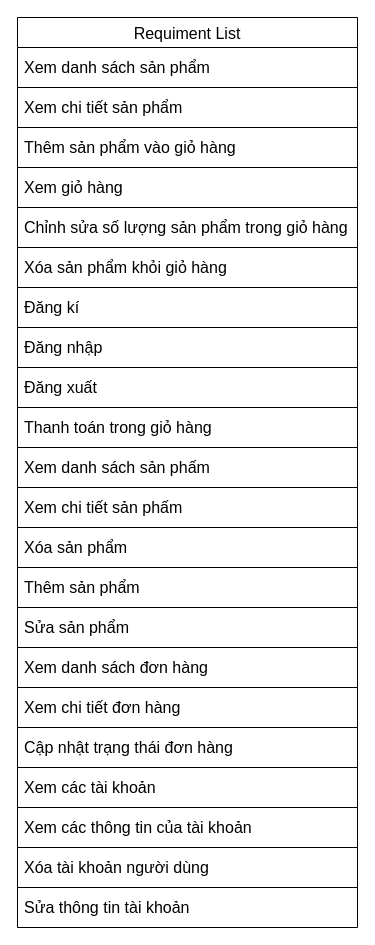
Earlier version of the draw.io diagram page "RequimentList" (1 of 8) of debai_sodo/Diagram-TKVXDPM.drawio (ThinhPham03/bookstore). Source tidied: cells renumbered, new cells numbered last; positions are measured from the earlier drawing's top-left corner, leaving out a move shared by most shapes. Both pictures are drawn from the tidied source at 100%, with x=0, y=0 at pixel (17, 17).
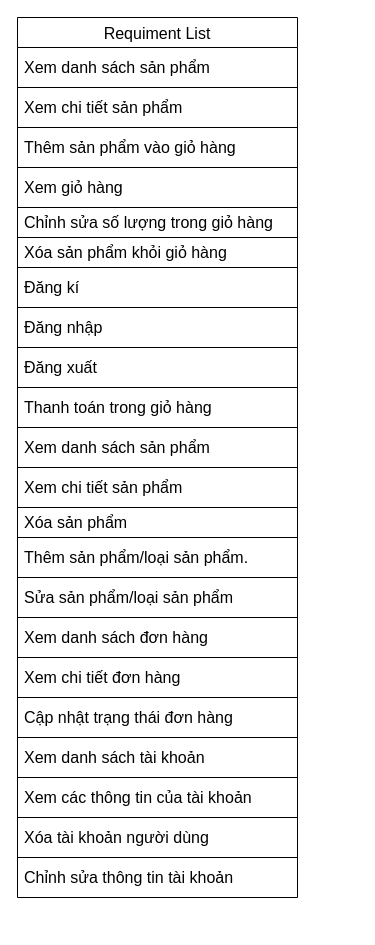
After the change.

Diff of the diagram source:
```diff
@@
     <mxCell id="2" value="Requiment List" style="shape=table;startSize=30;childLayout=tableLayout;strokeColor=default;fontSize=16;" parent="1" vertex="1">
-      <mxGeometry width="340" height="910" as="geometry" />
+      <mxGeometry width="280" height="880" as="geometry" />
     </mxCell>
     <mxCell id="3" style="shape=tableRow;horizontal=0;startSize=0;swimlaneHead=0;swimlaneBody=0;strokeColor=inherit;top=0;left=0;bottom=0;right=0;fillColor=none;fontSize=16;" parent="2" vertex="1">
-      <mxGeometry y="30" width="340" height="40" as="geometry" />
+      <mxGeometry y="30" width="280" height="40" as="geometry" />
     </mxCell>
     <mxCell id="4" value="Xem danh sách sản phẩm" style="shape=partialRectangle;html=1;whiteSpace=wrap;strokeColor=inherit;overflow=hidden;fillColor=none;top=0;left=0;bottom=0;right=0;fontSize=16;align=left;spacingLeft=5;" parent="3" vertex="1">
-      <mxGeometry width="340" height="40" as="geometry" />
+      <mxGeometry width="280" height="40" as="geometry" />
     </mxCell>
     <mxCell id="5" style="shape=tableRow;horizontal=0;startSize=0;swimlaneHead=0;swimlaneBody=0;strokeColor=inherit;top=0;left=0;bottom=0;right=0;fillColor=none;fontSize=16;" parent="2" vertex="1">
-      <mxGeometry y="70" width="340" height="40" as="geometry" />
+      <mxGeometry y="70" width="280" height="40" as="geometry" />
     </mxCell>
     <mxCell id="6" value="Xem chi tiết sản phẩm" style="shape=partialRectangle;html=1;whiteSpace=wrap;strokeColor=inherit;overflow=hidden;fillColor=none;top=0;left=0;bottom=0;right=0;fontSize=16;align=left;spacingLeft=5;" parent="5" vertex="1">
-      <mxGeometry width="340" height="40" as="geometry" />
+      <mxGeometry width="280" height="40" as="geometry" />
     </mxCell>
     <mxCell id="7" style="shape=tableRow;horizontal=0;startSize=0;swimlaneHead=0;swimlaneBody=0;strokeColor=inherit;top=0;left=0;bottom=0;right=0;fillColor=none;fontSize=16;" parent="2" vertex="1">
-      <mxGeometry y="110" width="340" height="40" as="geometry" />
+      <mxGeometry y="110" width="280" height="40" as="geometry" />
     </mxCell>
     <mxCell id="8" value="Thêm sản phẩm vào giỏ hàng" style="shape=partialRectangle;html=1;whiteSpace=wrap;strokeColor=inherit;overflow=hidden;fillColor=none;top=0;left=0;bottom=0;right=0;fontSize=16;align=left;spacingLeft=5;" parent="7" vertex="1">
-      <mxGeometry width="340" height="40" as="geometry" />
+      <mxGeometry width="280" height="40" as="geometry" />
     </mxCell>
     <mxCell id="9" style="shape=tableRow;horizontal=0;startSize=0;swimlaneHead=0;swimlaneBody=0;strokeColor=inherit;top=0;left=0;bottom=0;right=0;fillColor=none;fontSize=16;" parent="2" vertex="1">
-      <mxGeometry y="150" width="340" height="40" as="geometry" />
+      <mxGeometry y="150" width="280" height="40" as="geometry" />
     </mxCell>
     <mxCell id="10" value="Xem giỏ hàng" style="shape=partialRectangle;html=1;whiteSpace=wrap;strokeColor=inherit;overflow=hidden;fillColor=none;top=0;left=0;bottom=0;right=0;fontSize=16;align=left;spacingLeft=5;" parent="9" vertex="1">
-      <mxGeometry width="340" height="40" as="geometry" />
+      <mxGeometry width="280" height="40" as="geometry" />
     </mxCell>
     <mxCell id="11" style="shape=tableRow;horizontal=0;startSize=0;swimlaneHead=0;swimlaneBody=0;strokeColor=inherit;top=0;left=0;bottom=0;right=0;fillColor=none;fontSize=16;" parent="2" vertex="1">
-      <mxGeometry y="190" width="340" height="40" as="geometry" />
+      <mxGeometry y="190" width="280" height="30" as="geometry" />
     </mxCell>
-    <mxCell id="12" value="Chỉnh sửa số lượng sản phẩm trong giỏ hàng" style="shape=partialRectangle;html=1;whiteSpace=wrap;strokeColor=inherit;overflow=hidden;fillColor=none;top=0;left=0;bottom=0;right=0;fontSize=16;align=left;spacingLeft=5;" parent="11" vertex="1">
-      <mxGeometry width="340" height="40" as="geometry" />
+    <mxCell id="12" value="Chỉnh sửa số lượng trong giỏ hàng" style="shape=partialRectangle;html=1;whiteSpace=wrap;strokeColor=inherit;overflow=hidden;fillColor=none;top=0;left=0;bottom=0;right=0;fontSize=16;align=left;spacingLeft=5;" parent="11" vertex="1">
+      <mxGeometry width="280" height="30" as="geometry" />
     </mxCell>
-    <mxCell id="13" style="shape=tableRow;horizontal=0;startSize=0;swimlaneHead=0;swimlaneBody=0;strokeColor=inherit;top=0;left=0;bottom=0;right=0;fillColor=none;fontSize=16;" parent="2" vertex="1">
-      <mxGeometry y="230" width="340" height="40" as="geometry" />
-    </mxCell>
+    <mxCell id="47" style="shape=tableRow;horizontal=0;startSize=0;swimlaneHead=0;swimlaneBody=0;strokeColor=inherit;top=0;left=0;bottom=0;right=0;fillColor=none;fontSize=16;" parent="2" vertex="1">
+      <mxGeometry y="220" width="280" height="30" as="geometry" />
+    </mxCell>
-    <mxCell id="14" value="Xóa sản phẩm khỏi giỏ hàng" style="shape=partialRectangle;html=1;whiteSpace=wrap;strokeColor=inherit;overflow=hidden;fillColor=none;top=0;left=0;bottom=0;right=0;fontSize=16;align=left;spacingLeft=5;" parent="13" vertex="1">
-      <mxGeometry width="340" height="40" as="geometry" />
+    <mxCell id="14" value="Xóa sản phẩm khỏi giỏ hàng" style="shape=partialRectangle;html=1;whiteSpace=wrap;strokeColor=inherit;overflow=hidden;fillColor=none;top=0;left=0;bottom=0;right=0;fontSize=16;align=left;spacingLeft=5;" parent="47" vertex="1">
+      <mxGeometry width="280" height="30" as="geometry" />
     </mxCell>
     <mxCell id="15" style="shape=tableRow;horizontal=0;startSize=0;swimlaneHead=0;swimlaneBody=0;strokeColor=inherit;top=0;left=0;bottom=0;right=0;fillColor=none;fontSize=16;" parent="2" vertex="1">
-      <mxGeometry y="270" width="340" height="40" as="geometry" />
+      <mxGeometry y="250" width="280" height="40" as="geometry" />
     </mxCell>
     <mxCell id="16" value="Đăng kí" style="shape=partialRectangle;html=1;whiteSpace=wrap;strokeColor=inherit;overflow=hidden;fillColor=none;top=0;left=0;bottom=0;right=0;fontSize=16;align=left;spacingLeft=5;" parent="15" vertex="1">
-      <mxGeometry width="340" height="40" as="geometry" />
+      <mxGeometry width="280" height="40" as="geometry" />
     </mxCell>
     <mxCell id="17" style="shape=tableRow;horizontal=0;startSize=0;swimlaneHead=0;swimlaneBody=0;strokeColor=inherit;top=0;left=0;bottom=0;right=0;fillColor=none;fontSize=16;" parent="2" vertex="1">
-      <mxGeometry y="310" width="340" height="40" as="geometry" />
+      <mxGeometry y="290" width="280" height="40" as="geometry" />
     </mxCell>
     <mxCell id="18" value="Đăng nhập" style="shape=partialRectangle;html=1;whiteSpace=wrap;strokeColor=inherit;overflow=hidden;fillColor=none;top=0;left=0;bottom=0;right=0;fontSize=16;align=left;spacingLeft=5;" parent="17" vertex="1">
-      <mxGeometry width="340" height="40" as="geometry" />
+      <mxGeometry width="280" height="40" as="geometry" />
     </mxCell>
     <mxCell id="19" style="shape=tableRow;horizontal=0;startSize=0;swimlaneHead=0;swimlaneBody=0;strokeColor=inherit;top=0;left=0;bottom=0;right=0;fillColor=none;fontSize=16;" parent="2" vertex="1">
-      <mxGeometry y="350" width="340" height="40" as="geometry" />
+      <mxGeometry y="330" width="280" height="40" as="geometry" />
     </mxCell>
     <mxCell id="20" value="Đăng xuất" style="shape=partialRectangle;html=1;whiteSpace=wrap;strokeColor=inherit;overflow=hidden;fillColor=none;top=0;left=0;bottom=0;right=0;fontSize=16;align=left;spacingLeft=5;" parent="19" vertex="1">
-      <mxGeometry width="340" height="40" as="geometry" />
+      <mxGeometry width="280" height="40" as="geometry" />
     </mxCell>
     <mxCell id="21" style="shape=tableRow;horizontal=0;startSize=0;swimlaneHead=0;swimlaneBody=0;strokeColor=inherit;top=0;left=0;bottom=0;right=0;fillColor=none;fontSize=16;" parent="2" vertex="1">
-      <mxGeometry y="390" width="340" height="40" as="geometry" />
+      <mxGeometry y="370" width="280" height="40" as="geometry" />
     </mxCell>
     <mxCell id="22" value="Thanh toán trong giỏ hàng" style="shape=partialRectangle;html=1;whiteSpace=wrap;strokeColor=inherit;overflow=hidden;fillColor=none;top=0;left=0;bottom=0;right=0;fontSize=16;align=left;spacingLeft=5;" parent="21" vertex="1">
-      <mxGeometry width="340" height="40" as="geometry" />
+      <mxGeometry width="280" height="40" as="geometry" />
     </mxCell>
     <mxCell id="23" style="shape=tableRow;horizontal=0;startSize=0;swimlaneHead=0;swimlaneBody=0;strokeColor=inherit;top=0;left=0;bottom=0;right=0;fillColor=none;fontSize=16;" parent="2" vertex="1">
-      <mxGeometry y="430" width="340" height="40" as="geometry" />
+      <mxGeometry y="410" width="280" height="40" as="geometry" />
     </mxCell>
-    <mxCell id="24" value="Xem danh sách sản phấm" style="shape=partialRectangle;html=1;whiteSpace=wrap;strokeColor=inherit;overflow=hidden;fillColor=none;top=0;left=0;bottom=0;right=0;fontSize=16;align=left;spacingLeft=5;" parent="23" vertex="1">
-      <mxGeometry width="340" height="40" as="geometry" />
+    <mxCell id="24" value="Xem danh sách sản phẩm" style="shape=partialRectangle;html=1;whiteSpace=wrap;strokeColor=inherit;overflow=hidden;fillColor=none;top=0;left=0;bottom=0;right=0;fontSize=16;align=left;spacingLeft=5;" parent="23" vertex="1">
+      <mxGeometry width="280" height="40" as="geometry" />
     </mxCell>
     <mxCell id="25" style="shape=tableRow;horizontal=0;startSize=0;swimlaneHead=0;swimlaneBody=0;strokeColor=inherit;top=0;left=0;bottom=0;right=0;fillColor=none;fontSize=16;" parent="2" vertex="1">
-      <mxGeometry y="470" width="340" height="40" as="geometry" />
+      <mxGeometry y="450" width="280" height="40" as="geometry" />
     </mxCell>
-    <mxCell id="26" value="Xem chi tiết sản phấm" style="shape=partialRectangle;html=1;whiteSpace=wrap;strokeColor=inherit;overflow=hidden;fillColor=none;top=0;left=0;bottom=0;right=0;fontSize=16;align=left;spacingLeft=5;" parent="25" vertex="1">
-      <mxGeometry width="340" height="40" as="geometry" />
+    <mxCell id="26" value="Xem chi tiết sản phẩm" style="shape=partialRectangle;html=1;whiteSpace=wrap;strokeColor=inherit;overflow=hidden;fillColor=none;top=0;left=0;bottom=0;right=0;fontSize=16;align=left;spacingLeft=5;" parent="25" vertex="1">
+      <mxGeometry width="280" height="40" as="geometry" />
     </mxCell>
     <mxCell id="27" style="shape=tableRow;horizontal=0;startSize=0;swimlaneHead=0;swimlaneBody=0;strokeColor=inherit;top=0;left=0;bottom=0;right=0;fillColor=none;fontSize=16;" parent="2" vertex="1">
-      <mxGeometry y="510" width="340" height="40" as="geometry" />
+      <mxGeometry y="490" width="280" height="30" as="geometry" />
     </mxCell>
     <mxCell id="28" value="Xóa sản phẩm" style="shape=partialRectangle;html=1;whiteSpace=wrap;strokeColor=inherit;overflow=hidden;fillColor=none;top=0;left=0;bottom=0;right=0;fontSize=16;align=left;spacingLeft=5;" parent="27" vertex="1">
-      <mxGeometry width="340" height="40" as="geometry" />
+      <mxGeometry width="280" height="30" as="geometry" />
     </mxCell>
     <mxCell id="29" style="shape=tableRow;horizontal=0;startSize=0;swimlaneHead=0;swimlaneBody=0;strokeColor=inherit;top=0;left=0;bottom=0;right=0;fillColor=none;fontSize=16;" parent="2" vertex="1">
-      <mxGeometry y="550" width="340" height="40" as="geometry" />
+      <mxGeometry y="520" width="280" height="40" as="geometry" />
     </mxCell>
-    <mxCell id="30" value="Thêm sản phẩm" style="shape=partialRectangle;html=1;whiteSpace=wrap;strokeColor=inherit;overflow=hidden;fillColor=none;top=0;left=0;bottom=0;right=0;fontSize=16;align=left;spacingLeft=5;" parent="29" vertex="1">
-      <mxGeometry width="340" height="40" as="geometry" />
+    <mxCell id="30" value="Thêm sản phẩm/loại sản phẩm." style="shape=partialRectangle;html=1;whiteSpace=wrap;strokeColor=inherit;overflow=hidden;fillColor=none;top=0;left=0;bottom=0;right=0;fontSize=16;align=left;spacingLeft=5;" parent="29" vertex="1">
+      <mxGeometry width="280" height="40" as="geometry" />
     </mxCell>
     <mxCell id="31" style="shape=tableRow;horizontal=0;startSize=0;swimlaneHead=0;swimlaneBody=0;strokeColor=inherit;top=0;left=0;bottom=0;right=0;fillColor=none;fontSize=16;" parent="2" vertex="1">
-      <mxGeometry y="590" width="340" height="40" as="geometry" />
+      <mxGeometry y="560" width="280" height="40" as="geometry" />
     </mxCell>
-    <mxCell id="32" value="Sửa sản phẩm" style="shape=partialRectangle;html=1;whiteSpace=wrap;strokeColor=inherit;overflow=hidden;fillColor=none;top=0;left=0;bottom=0;right=0;fontSize=16;align=left;spacingLeft=5;" parent="31" vertex="1">
-      <mxGeometry width="340" height="40" as="geometry" />
+    <mxCell id="32" value="Sửa sản phẩm/loại sản phẩm" style="shape=partialRectangle;html=1;whiteSpace=wrap;strokeColor=inherit;overflow=hidden;fillColor=none;top=0;left=0;bottom=0;right=0;fontSize=16;align=left;spacingLeft=5;" parent="31" vertex="1">
+      <mxGeometry width="280" height="40" as="geometry" />
     </mxCell>
     <mxCell id="33" style="shape=tableRow;horizontal=0;startSize=0;swimlaneHead=0;swimlaneBody=0;strokeColor=inherit;top=0;left=0;bottom=0;right=0;fillColor=none;fontSize=16;" parent="2" vertex="1">
-      <mxGeometry y="630" width="340" height="40" as="geometry" />
+      <mxGeometry y="600" width="280" height="40" as="geometry" />
     </mxCell>
     <mxCell id="34" value="Xem danh sách đơn hàng" style="shape=partialRectangle;html=1;whiteSpace=wrap;strokeColor=inherit;overflow=hidden;fillColor=none;top=0;left=0;bottom=0;right=0;fontSize=16;align=left;spacingLeft=5;" parent="33" vertex="1">
-      <mxGeometry width="340" height="40" as="geometry" />
+      <mxGeometry width="280" height="40" as="geometry" />
     </mxCell>
     <mxCell id="35" style="shape=tableRow;horizontal=0;startSize=0;swimlaneHead=0;swimlaneBody=0;strokeColor=inherit;top=0;left=0;bottom=0;right=0;fillColor=none;fontSize=16;" parent="2" vertex="1">
-      <mxGeometry y="670" width="340" height="40" as="geometry" />
+      <mxGeometry y="640" width="280" height="40" as="geometry" />
     </mxCell>
     <mxCell id="36" value="Xem chi tiết đơn hàng" style="shape=partialRectangle;html=1;whiteSpace=wrap;strokeColor=inherit;overflow=hidden;fillColor=none;top=0;left=0;bottom=0;right=0;fontSize=16;align=left;spacingLeft=5;" parent="35" vertex="1">
-      <mxGeometry width="340" height="40" as="geometry" />
+      <mxGeometry width="280" height="40" as="geometry" />
     </mxCell>
     <mxCell id="37" style="shape=tableRow;horizontal=0;startSize=0;swimlaneHead=0;swimlaneBody=0;strokeColor=inherit;top=0;left=0;bottom=0;right=0;fillColor=none;fontSize=16;" parent="2" vertex="1">
-      <mxGeometry y="710" width="340" height="40" as="geometry" />
+      <mxGeometry y="680" width="280" height="40" as="geometry" />
     </mxCell>
     <mxCell id="38" value="Cập nhật trạng thái đơn hàng" style="shape=partialRectangle;html=1;whiteSpace=wrap;strokeColor=inherit;overflow=hidden;fillColor=none;top=0;left=0;bottom=0;right=0;fontSize=16;align=left;spacingLeft=5;" parent="37" vertex="1">
-      <mxGeometry width="340" height="40" as="geometry" />
+      <mxGeometry width="280" height="40" as="geometry" />
     </mxCell>
     <mxCell id="39" style="shape=tableRow;horizontal=0;startSize=0;swimlaneHead=0;swimlaneBody=0;strokeColor=inherit;top=0;left=0;bottom=0;right=0;fillColor=none;fontSize=16;" parent="2" vertex="1">
-      <mxGeometry y="750" width="340" height="40" as="geometry" />
+      <mxGeometry y="720" width="280" height="40" as="geometry" />
     </mxCell>
-    <mxCell id="40" value="Xem các tài khoản" style="shape=partialRectangle;html=1;whiteSpace=wrap;strokeColor=inherit;overflow=hidden;fillColor=none;top=0;left=0;bottom=0;right=0;fontSize=16;align=left;spacingLeft=5;" parent="39" vertex="1">
-      <mxGeometry width="340" height="40" as="geometry" />
+    <mxCell id="40" value="Xem danh sách tài khoản" style="shape=partialRectangle;html=1;whiteSpace=wrap;strokeColor=inherit;overflow=hidden;fillColor=none;top=0;left=0;bottom=0;right=0;fontSize=16;align=left;spacingLeft=5;" parent="39" vertex="1">
+      <mxGeometry width="280" height="40" as="geometry" />
     </mxCell>
     <mxCell id="41" style="shape=tableRow;horizontal=0;startSize=0;swimlaneHead=0;swimlaneBody=0;strokeColor=inherit;top=0;left=0;bottom=0;right=0;fillColor=none;fontSize=16;" parent="2" vertex="1">
-      <mxGeometry y="790" width="340" height="40" as="geometry" />
+      <mxGeometry y="760" width="280" height="40" as="geometry" />
     </mxCell>
     <mxCell id="42" value="Xem các thông tin của tài khoản" style="shape=partialRectangle;html=1;whiteSpace=wrap;strokeColor=inherit;overflow=hidden;fillColor=none;top=0;left=0;bottom=0;right=0;fontSize=16;align=left;spacingLeft=5;" parent="41" vertex="1">
-      <mxGeometry width="340" height="40" as="geometry" />
+      <mxGeometry width="280" height="40" as="geometry" />
     </mxCell>
     <mxCell id="43" style="shape=tableRow;horizontal=0;startSize=0;swimlaneHead=0;swimlaneBody=0;strokeColor=inherit;top=0;left=0;bottom=0;right=0;fillColor=none;fontSize=16;" parent="2" vertex="1">
-      <mxGeometry y="830" width="340" height="40" as="geometry" />
+      <mxGeometry y="800" width="280" height="40" as="geometry" />
     </mxCell>
     <mxCell id="44" value="Xóa tài khoản người dùng" style="shape=partialRectangle;html=1;whiteSpace=wrap;strokeColor=inherit;overflow=hidden;fillColor=none;top=0;left=0;bottom=0;right=0;fontSize=16;align=left;spacingLeft=5;" parent="43" vertex="1">
-      <mxGeometry width="340" height="40" as="geometry" />
+      <mxGeometry width="280" height="40" as="geometry" />
     </mxCell>
     <mxCell id="45" style="shape=tableRow;horizontal=0;startSize=0;swimlaneHead=0;swimlaneBody=0;strokeColor=inherit;top=0;left=0;bottom=0;right=0;fillColor=none;fontSize=16;" parent="2" vertex="1">
-      <mxGeometry y="870" width="340" height="40" as="geometry" />
+      <mxGeometry y="840" width="280" height="40" as="geometry" />
     </mxCell>
-    <mxCell id="46" value="Sửa thông tin tài khoản" style="shape=partialRectangle;html=1;whiteSpace=wrap;strokeColor=inherit;overflow=hidden;fillColor=none;top=0;left=0;bottom=0;right=0;fontSize=16;align=left;spacingLeft=5;" parent="45" vertex="1">
-      <mxGeometry width="340" height="40" as="geometry" />
+    <mxCell id="46" value="Chỉnh sửa thông tin tài khoản" style="shape=partialRectangle;html=1;whiteSpace=wrap;strokeColor=inherit;overflow=hidden;fillColor=none;top=0;left=0;bottom=0;right=0;fontSize=16;align=left;spacingLeft=5;" parent="45" vertex="1">
+      <mxGeometry width="280" height="40" as="geometry" />
     </mxCell>
```
